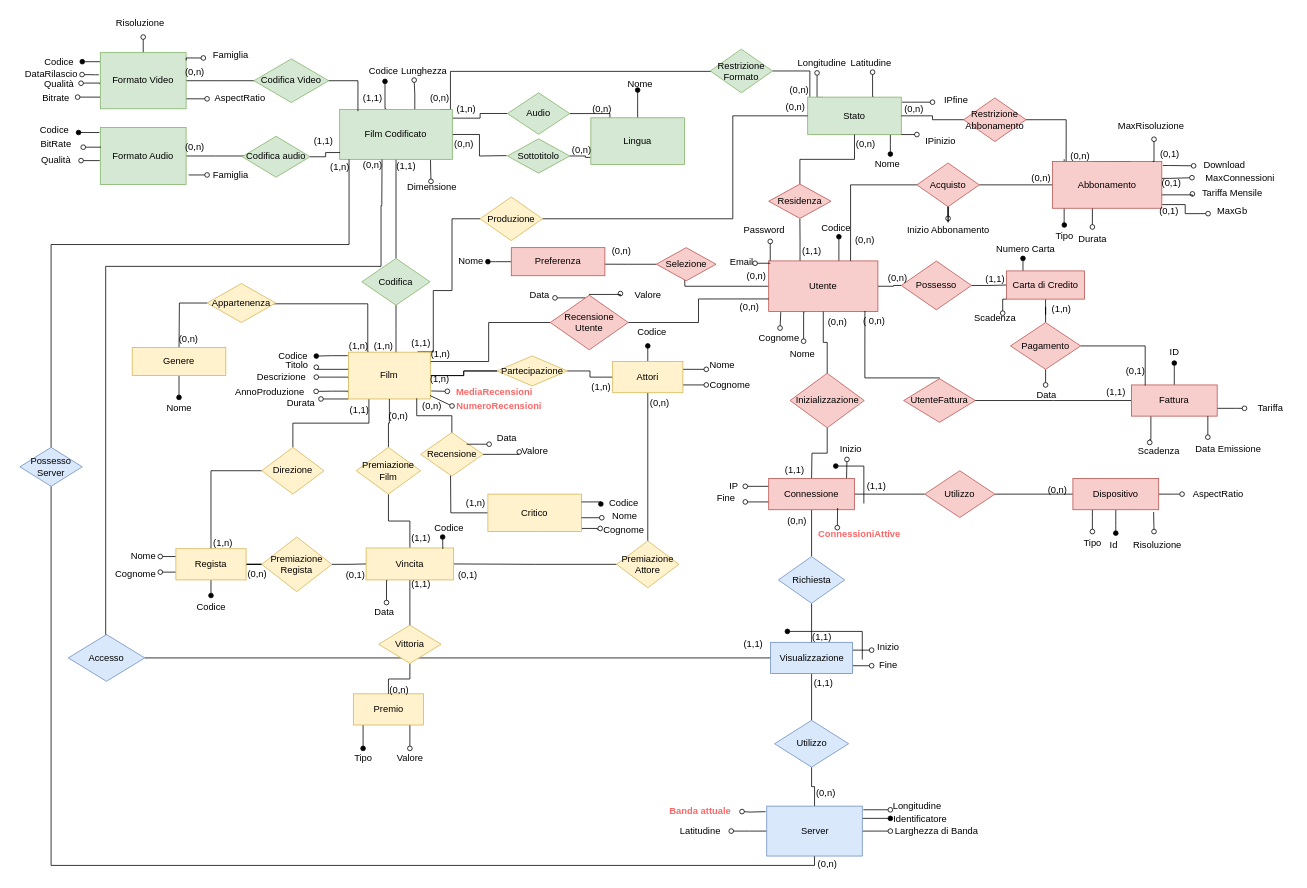
Earlier version of the draw.io diagram ER ristrutturato senza entitià.drawio (LGranucci/FilmSphere). Source tidied: cells renumbered, new cells numbered last; positions are measured from the earlier drawing's top-left corner, leaving out a move shared by most shapes. Both pictures are drawn from the tidied source at 78%, with x=0, y=0 at pixel (13, 13).
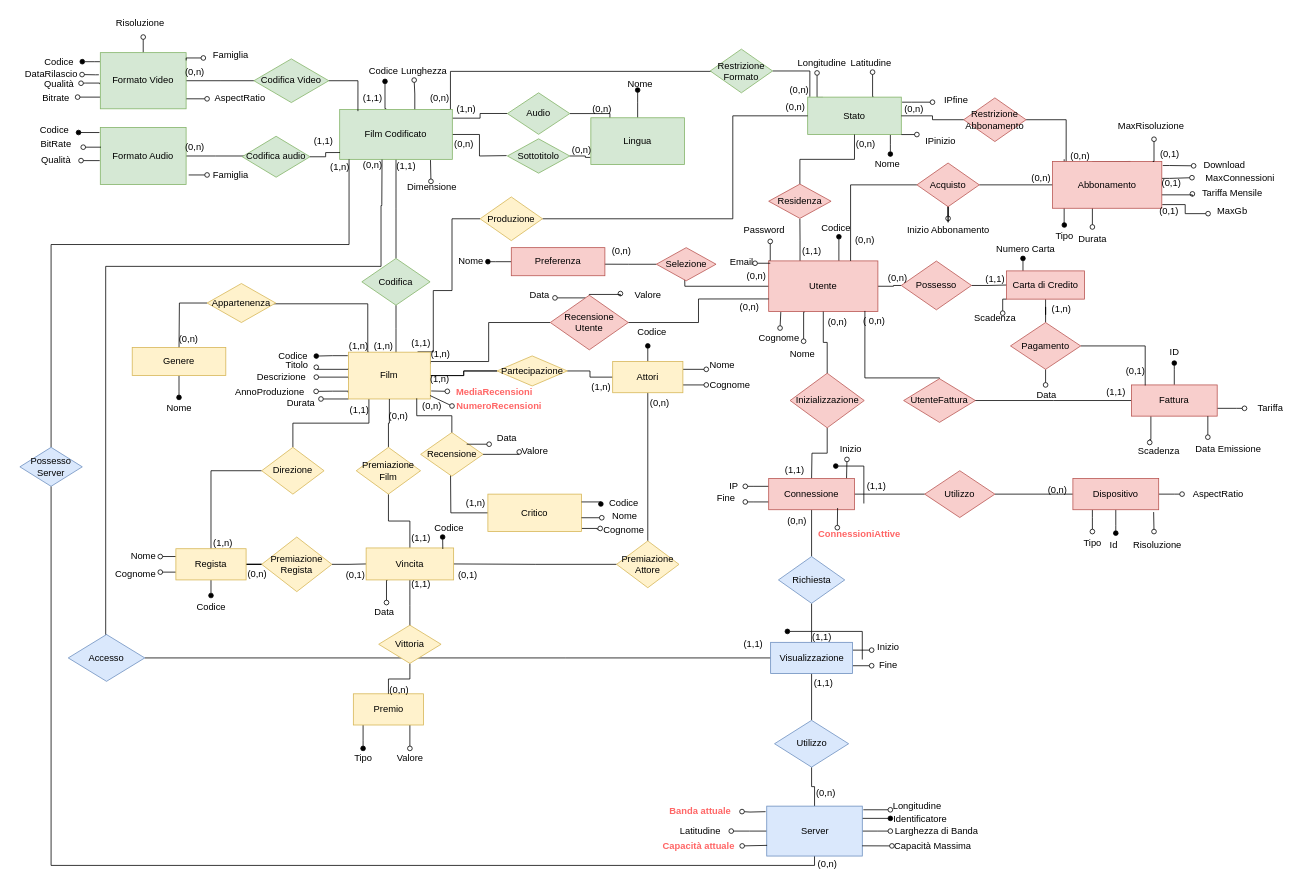
Above is the later version.

Commit message (it also covers changes not shown here):
Aggiunta File sql creazione db

Unchanged cells that the change refers to:
```xml
<mxCell id="127" value="Server" style="rounded=0;whiteSpace=wrap;html=1;fillColor=#dae8fc;strokeColor=#6c8ebf;" parent="1" vertex="1">
  <mxGeometry x="965.5" y="1016" width="122.5" height="64" as="geometry" />
</mxCell>
```

Diff of the diagram source:
```diff
@@
+    <mxCell id="336" style="endArrow=oval;html=1;rounded=0;exitX=0.999;exitY=0.795;exitDx=0;exitDy=0;exitPerimeter=0;endFill=0;" parent="1" edge="1" source="127">
+      <mxGeometry relative="1" as="geometry">
+        <mxPoint x="1126" y="1067" as="targetPoint" />
+      </mxGeometry>
+    </mxCell>
+    <mxCell id="337" value="Capacità Massima" style="text;html=1;align=center;verticalAlign=middle;strokeColor=none;fillColor=none;" parent="1" vertex="1">
+      <mxGeometry x="1118" y="1056" width="120" height="24" as="geometry" />
+    </mxCell>
+    <mxCell id="338" style="endArrow=oval;html=1;rounded=0;exitX=0.004;exitY=0.786;exitDx=0;exitDy=0;exitPerimeter=0;endFill=0;" parent="1" edge="1" source="127">
+      <mxGeometry relative="1" as="geometry">
+        <mxPoint x="934" y="1067" as="targetPoint" />
+      </mxGeometry>
+    </mxCell>
+    <mxCell id="339" value="&lt;b&gt;&lt;font color=&quot;#ff6666&quot;&gt;Capacità attuale&lt;/font&gt;&lt;/b&gt;" style="text;html=1;align=center;verticalAlign=middle;strokeColor=none;fillColor=none;" parent="1" vertex="1">
+      <mxGeometry x="818" y="1056" width="120" height="24" as="geometry" />
+    </mxCell>
```
